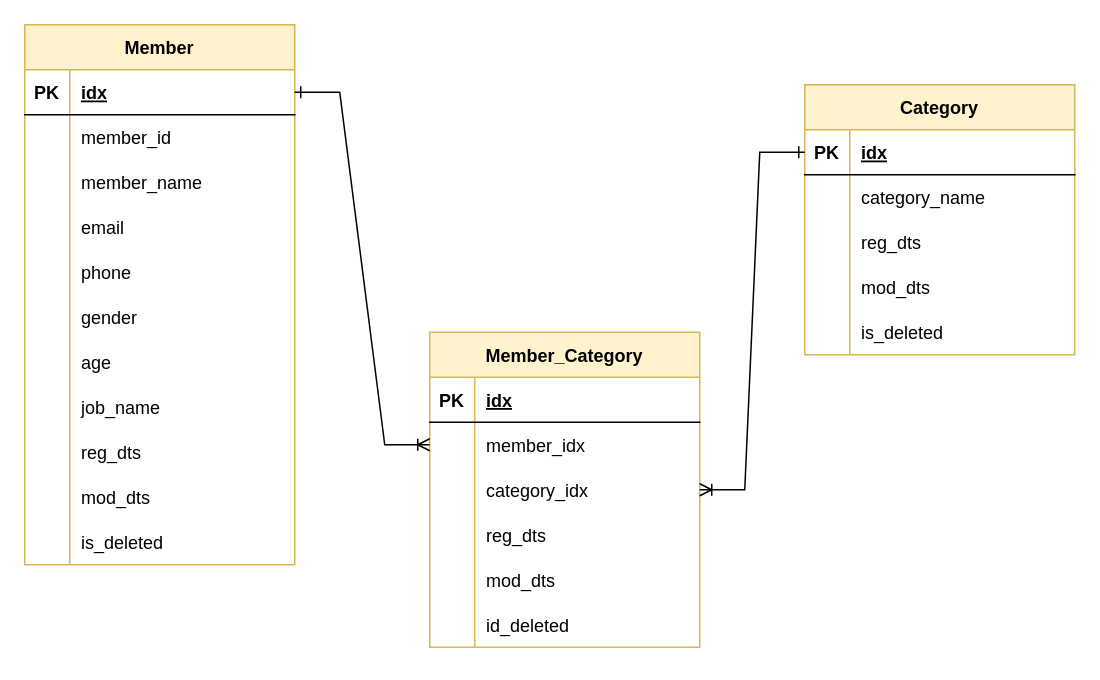
This is everydayDevPlan.drawio from shbada/2021to2022, a draw.io file, before an edit. Source tidied: cells renumbered, new cells numbered last; positions are measured from the earlier drawing's top-left corner, leaving out a move shared by most shapes. Both pictures are drawn from the tidied source at 150%, with x=0, y=0 at pixel (24, 24).
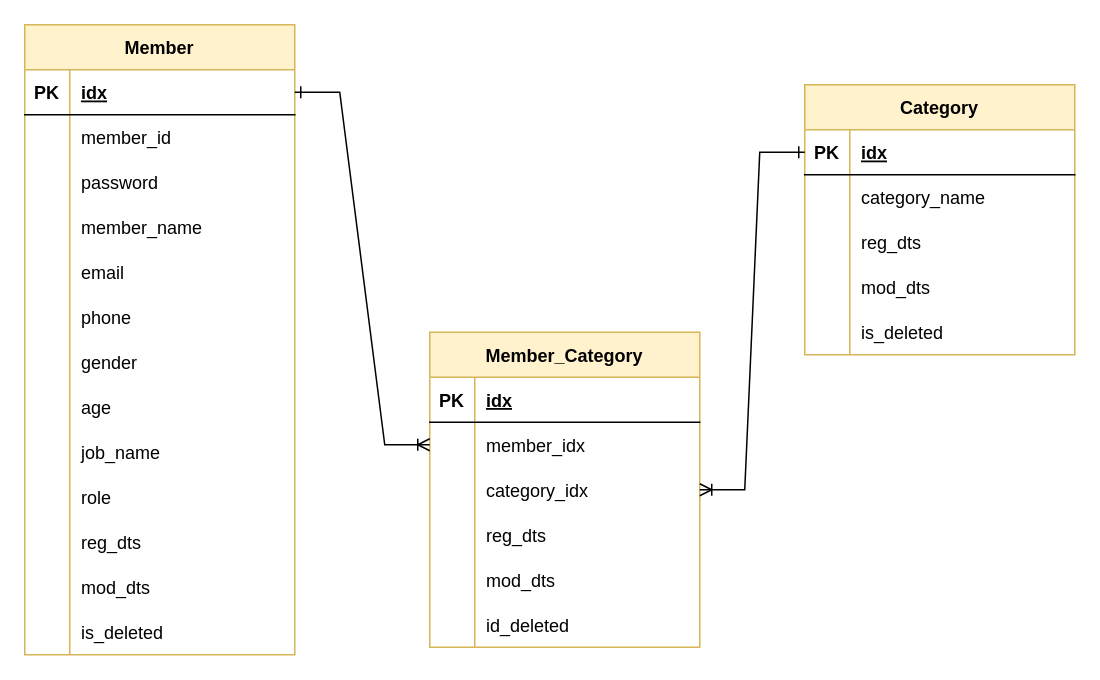
After the change.

Diff of the diagram source:
```diff
@@
     <mxCell id="2" value="Member" style="shape=table;startSize=30;childLayout=tableLayout;rowLines=0;fontStyle=1;align=center;fillColor=#fff2cc;strokeColor=#d6b656;" parent="1" vertex="1">
-      <mxGeometry width="180" height="360" as="geometry" />
+      <mxGeometry width="180" height="420" as="geometry" />
     </mxCell>
@@
+    <mxCell id="73" style="shape=tableRow;horizontal=0;startSize=0;swimlaneHead=0;swimlaneBody=0;fillColor=none;top=0;left=0;right=0;bottom=0;" parent="2" vertex="1">
+      <mxGeometry y="90" width="180" height="30" as="geometry" />
+    </mxCell>
+    <mxCell id="74" style="shape=partialRectangle;fillColor=none;top=0;left=0;bottom=0;right=0;overflow=hidden;" parent="73" vertex="1">
+      <mxGeometry width="30" height="30" as="geometry" />
+    </mxCell>
+    <mxCell id="75" value="password" style="shape=partialRectangle;fillColor=none;top=0;left=0;bottom=0;right=0;align=left;spacingLeft=6;overflow=hidden;" parent="73" vertex="1">
+      <mxGeometry x="30" width="150" height="30" as="geometry" />
+    </mxCell>
     <mxCell id="9" style="shape=tableRow;horizontal=0;startSize=0;swimlaneHead=0;swimlaneBody=0;fillColor=none;top=0;left=0;right=0;bottom=0;" parent="2" vertex="1">
-      <mxGeometry y="90" width="180" height="30" as="geometry" />
+      <mxGeometry y="120" width="180" height="30" as="geometry" />
     </mxCell>
@@
     <mxCell id="12" style="shape=tableRow;horizontal=0;startSize=0;swimlaneHead=0;swimlaneBody=0;fillColor=none;top=0;left=0;right=0;bottom=0;" parent="2" vertex="1">
-      <mxGeometry y="120" width="180" height="30" as="geometry" />
+      <mxGeometry y="150" width="180" height="30" as="geometry" />
     </mxCell>
@@
     <mxCell id="15" style="shape=tableRow;horizontal=0;startSize=0;swimlaneHead=0;swimlaneBody=0;fillColor=none;top=0;left=0;right=0;bottom=0;" parent="2" vertex="1">
-      <mxGeometry y="150" width="180" height="30" as="geometry" />
+      <mxGeometry y="180" width="180" height="30" as="geometry" />
     </mxCell>
@@
     <mxCell id="18" style="shape=tableRow;horizontal=0;startSize=0;swimlaneHead=0;swimlaneBody=0;fillColor=none;top=0;left=0;right=0;bottom=0;" parent="2" vertex="1">
-      <mxGeometry y="180" width="180" height="30" as="geometry" />
+      <mxGeometry y="210" width="180" height="30" as="geometry" />
     </mxCell>
@@
     <mxCell id="21" style="shape=tableRow;horizontal=0;startSize=0;swimlaneHead=0;swimlaneBody=0;fillColor=none;top=0;left=0;right=0;bottom=0;" parent="2" vertex="1">
-      <mxGeometry y="210" width="180" height="30" as="geometry" />
+      <mxGeometry y="240" width="180" height="30" as="geometry" />
     </mxCell>
@@
     <mxCell id="24" style="shape=tableRow;horizontal=0;startSize=0;swimlaneHead=0;swimlaneBody=0;fillColor=none;top=0;left=0;right=0;bottom=0;" parent="2" vertex="1">
-      <mxGeometry y="240" width="180" height="30" as="geometry" />
+      <mxGeometry y="270" width="180" height="30" as="geometry" />
     </mxCell>
@@
+    <mxCell id="76" style="shape=tableRow;horizontal=0;startSize=0;swimlaneHead=0;swimlaneBody=0;fillColor=none;top=0;left=0;right=0;bottom=0;" parent="2" vertex="1">
+      <mxGeometry y="300" width="180" height="30" as="geometry" />
+    </mxCell>
+    <mxCell id="77" style="shape=partialRectangle;fillColor=none;top=0;left=0;bottom=0;right=0;overflow=hidden;" parent="76" vertex="1">
+      <mxGeometry width="30" height="30" as="geometry" />
+    </mxCell>
+    <mxCell id="78" value="role" style="shape=partialRectangle;fillColor=none;top=0;left=0;bottom=0;right=0;align=left;spacingLeft=6;overflow=hidden;" parent="76" vertex="1">
+      <mxGeometry x="30" width="150" height="30" as="geometry" />
+    </mxCell>
     <mxCell id="27" style="shape=tableRow;horizontal=0;startSize=0;swimlaneHead=0;swimlaneBody=0;fillColor=none;top=0;left=0;right=0;bottom=0;" parent="2" vertex="1">
-      <mxGeometry y="270" width="180" height="30" as="geometry" />
+      <mxGeometry y="330" width="180" height="30" as="geometry" />
     </mxCell>
@@
     <mxCell id="30" style="shape=tableRow;horizontal=0;startSize=0;swimlaneHead=0;swimlaneBody=0;fillColor=none;top=0;left=0;right=0;bottom=0;" parent="2" vertex="1">
-      <mxGeometry y="300" width="180" height="30" as="geometry" />
+      <mxGeometry y="360" width="180" height="30" as="geometry" />
     </mxCell>
@@
     <mxCell id="33" style="shape=tableRow;horizontal=0;startSize=0;swimlaneHead=0;swimlaneBody=0;fillColor=none;top=0;left=0;right=0;bottom=0;" parent="2" vertex="1">
-      <mxGeometry y="330" width="180" height="30" as="geometry" />
+      <mxGeometry y="390" width="180" height="30" as="geometry" />
     </mxCell>
```
